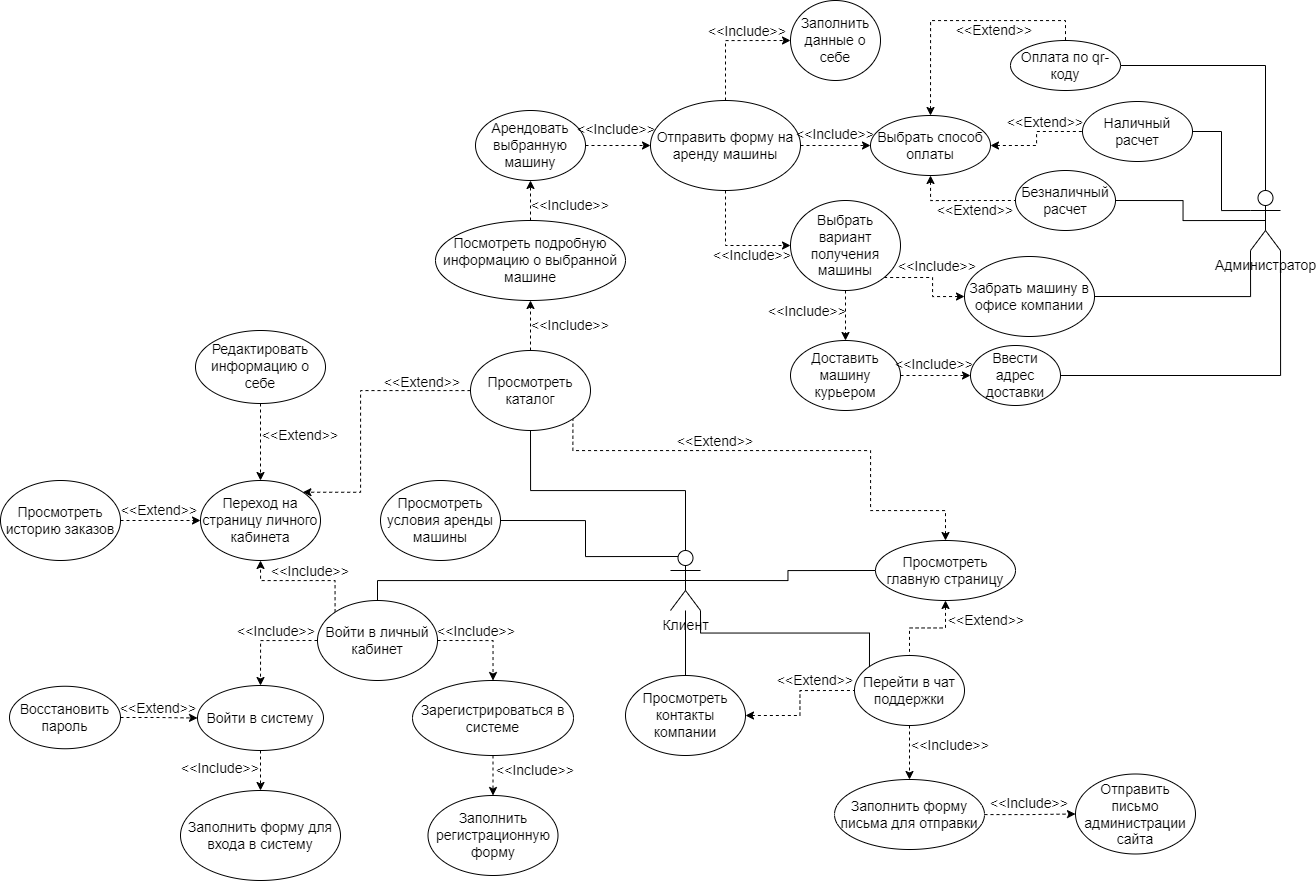
Above: Diagrams/Диаграмма прецедентов (Use-case diagram)/Use Case-Клиент.drawio.png in plnppt/Programming-technologies-project (draw.io), before the change. Source tidied: cells renumbered, new cells last; positions are measured from the earlier drawing's top-left corner, leaving out a move shared by most shapes.
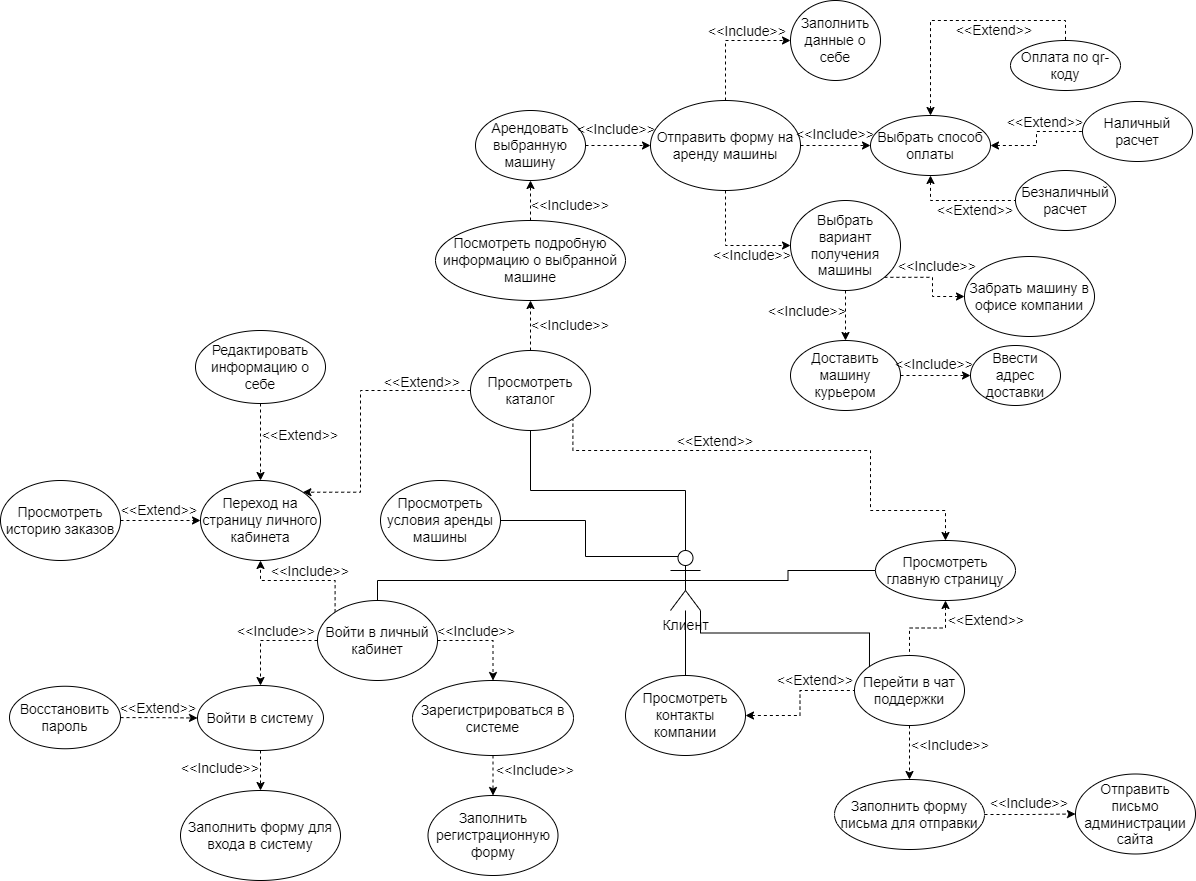
Above is the later version.

What changed in the source:
```diff
@@ -146,21 +146,12 @@
     <mxCell id="45" value="Выбрать вариант получения машины" style="ellipse;whiteSpace=wrap;html=1;fontSize=14;" parent="1" vertex="1">
       <mxGeometry x="790" y="200" width="110" height="90" as="geometry" />
     </mxCell>
-    <mxCell id="46" style="edgeStyle=orthogonalEdgeStyle;rounded=0;jettySize=auto;html=1;exitX=1;exitY=0.5;exitDx=0;exitDy=0;entryX=0.5;entryY=0;entryDx=0;entryDy=0;entryPerimeter=0;fontSize=14;startArrow=none;startFill=0;endArrow=none;endFill=0;" parent="1" edge="1" source="47" target="80">
-      <mxGeometry relative="1" as="geometry" />
-    </mxCell>
     <mxCell id="47" value="Оплата по qr-коду" style="ellipse;whiteSpace=wrap;html=1;fontSize=14;" parent="1" vertex="1">
       <mxGeometry x="1010" y="40" width="110" height="50" as="geometry" />
     </mxCell>
-    <mxCell id="48" style="edgeStyle=orthogonalEdgeStyle;rounded=0;jettySize=auto;html=1;exitX=1;exitY=0.5;exitDx=0;exitDy=0;entryX=0;entryY=0.3333333333333333;entryDx=0;entryDy=0;entryPerimeter=0;fontSize=14;startArrow=none;startFill=0;endArrow=none;endFill=0;" parent="1" edge="1" source="49" target="80">
-      <mxGeometry relative="1" as="geometry" />
-    </mxCell>
     <mxCell id="49" value="Наличный расчет" style="ellipse;whiteSpace=wrap;html=1;fontSize=14;" parent="1" vertex="1">
       <mxGeometry x="1082" y="101" width="110" height="60" as="geometry" />
     </mxCell>
-    <mxCell id="50" style="edgeStyle=orthogonalEdgeStyle;rounded=0;jettySize=auto;html=1;exitX=1;exitY=0.5;exitDx=0;exitDy=0;entryX=0.5;entryY=0.5;entryDx=0;entryDy=0;entryPerimeter=0;fontSize=14;startArrow=none;startFill=0;endArrow=none;endFill=0;" parent="1" edge="1" source="51" target="80">
-      <mxGeometry relative="1" as="geometry" />
-    </mxCell>
     <mxCell id="51" value="Безналичный расчет" style="ellipse;whiteSpace=wrap;html=1;fontSize=14;" parent="1" vertex="1">
       <mxGeometry x="1015" y="170" width="100" height="60" as="geometry" />
     </mxCell>
@@ -170,15 +161,9 @@
     <mxCell id="53" value="Доставить машину курьером" style="ellipse;whiteSpace=wrap;html=1;fontSize=14;" parent="1" vertex="1">
       <mxGeometry x="790" y="340" width="110" height="70" as="geometry" />
     </mxCell>
-    <mxCell id="54" style="edgeStyle=orthogonalEdgeStyle;rounded=0;jettySize=auto;html=1;exitX=1;exitY=0.5;exitDx=0;exitDy=0;entryX=1;entryY=1;entryDx=0;entryDy=0;entryPerimeter=0;fontSize=14;startArrow=none;startFill=0;endArrow=none;endFill=0;" parent="1" edge="1" source="55" target="80">
-      <mxGeometry relative="1" as="geometry" />
-    </mxCell>
     <mxCell id="55" value="Ввести адрес доставки" style="ellipse;whiteSpace=wrap;html=1;fontSize=14;" parent="1" vertex="1">
       <mxGeometry x="970" y="345" width="90" height="60" as="geometry" />
     </mxCell>
-    <mxCell id="56" style="edgeStyle=orthogonalEdgeStyle;rounded=0;jettySize=auto;html=1;exitX=1;exitY=0.5;exitDx=0;exitDy=0;entryX=0;entryY=1;entryDx=0;entryDy=0;entryPerimeter=0;fontSize=14;startArrow=none;startFill=0;endArrow=none;endFill=0;" parent="1" edge="1" source="57" target="80">
-      <mxGeometry relative="1" as="geometry" />
-    </mxCell>
     <mxCell id="57" value="Забрать машину в офисе компании" style="ellipse;whiteSpace=wrap;html=1;fontSize=14;" parent="1" vertex="1">
       <mxGeometry x="964" y="256" width="130" height="80" as="geometry" />
     </mxCell>
@@ -248,9 +233,6 @@
     <mxCell id="79" value="&amp;lt;&amp;lt;Extend&amp;gt;&amp;gt;" style="text;html=1;strokeColor=none;fillColor=none;align=center;verticalAlign=middle;whiteSpace=wrap;rounded=0;fontSize=14;" parent="1" vertex="1">
       <mxGeometry x="1015" y="107" width="60" height="30" as="geometry" />
     </mxCell>
-    <mxCell id="80" value="Администратор" style="shape=umlActor;verticalLabelPosition=bottom;verticalAlign=top;html=1;outlineConnect=0;fontSize=14;" parent="1" vertex="1">
-      <mxGeometry x="1250" y="190" width="30" height="60" as="geometry" />
-    </mxCell>
     <mxCell id="81" value="&amp;lt;&amp;lt;Extend&amp;gt;&amp;gt;" style="text;html=1;strokeColor=none;fillColor=none;align=center;verticalAlign=middle;whiteSpace=wrap;rounded=0;fontSize=14;" parent="1" vertex="1">
       <mxGeometry x="685" y="426" width="60" height="30" as="geometry" />
     </mxCell>
```
